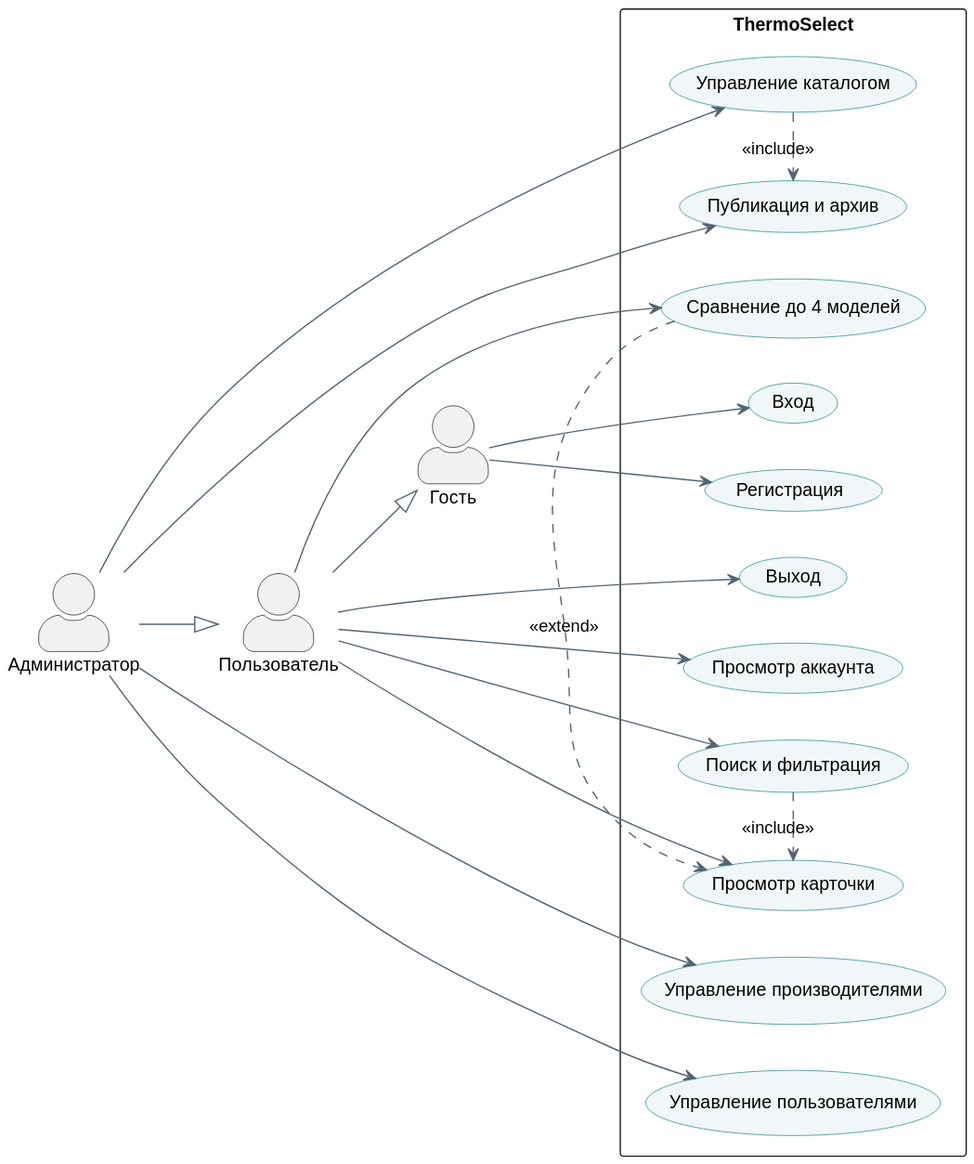
Bruh9797/Practice keeps this PlantUML diagram as docs/diagrams/use-cases.svg. Above is the earlier version.
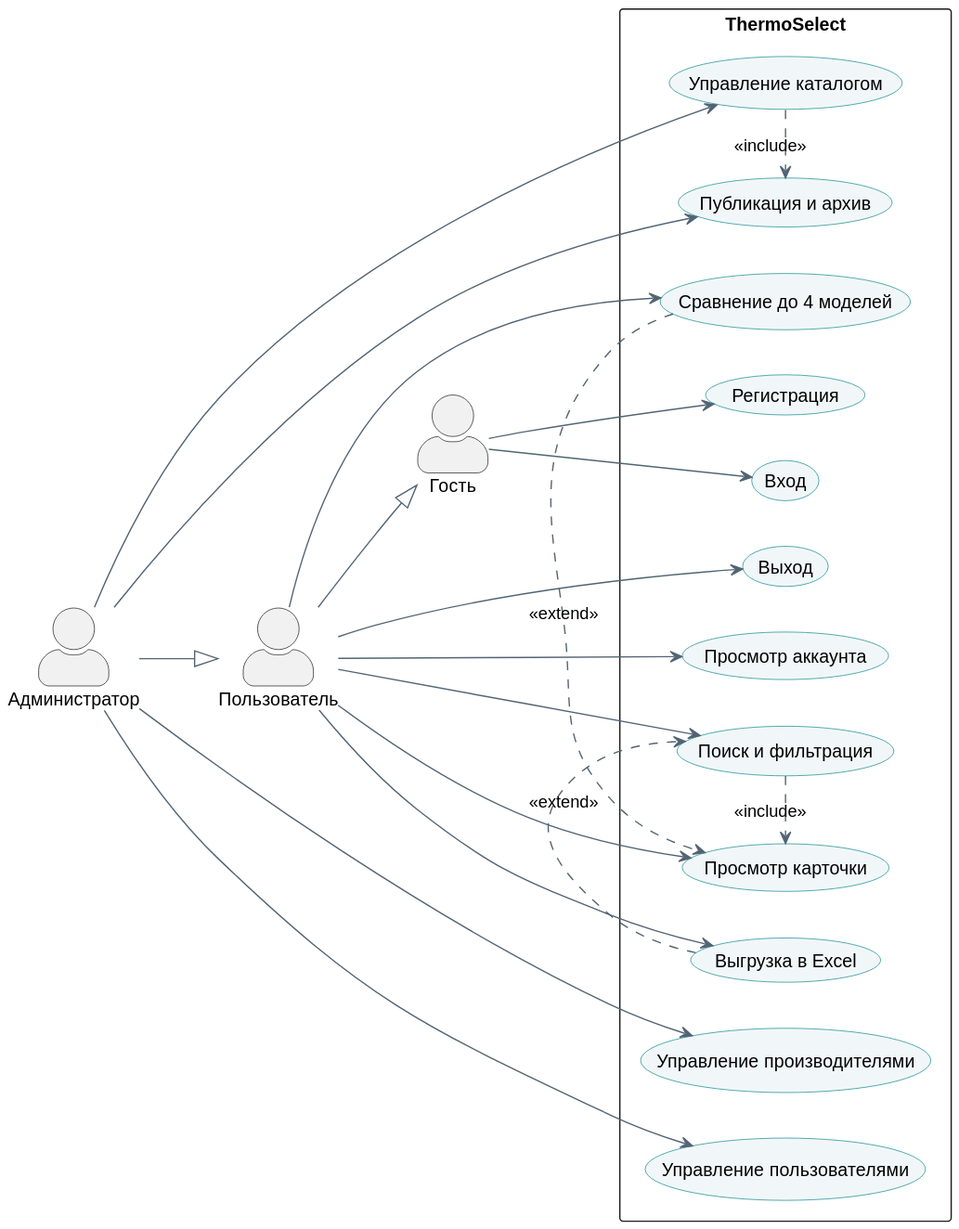
Above is the later version.

The edit, as a diff of the source:
```diff
@@ -17,6 +17,7 @@
   usecase "Вход" as UC_Login
   usecase "Выход" as UC_Logout
   usecase "Поиск и фильтрация" as UC_Search
+  usecase "Выгрузка в Excel" as UC_Export
   usecase "Просмотр карточки" as UC_Detail
   usecase "Сравнение до 4 моделей" as UC_Compare
   usecase "Просмотр аккаунта" as UC_Account
@@ -32,6 +33,7 @@
 Admin --|> User
 User --> UC_Logout
 User --> UC_Search
+User --> UC_Export
 User --> UC_Detail
 User --> UC_Compare
 User --> UC_Account
@@ -40,6 +42,7 @@
 Admin --> UC_Manufacturers
 Admin --> UC_Users
 UC_Search .> UC_Detail : <<include>>
+UC_Export .> UC_Search : <<extend>>
 UC_Compare .> UC_Detail : <<extend>>
 UC_Catalog .> UC_Status : <<include>>
 @enduml
```
